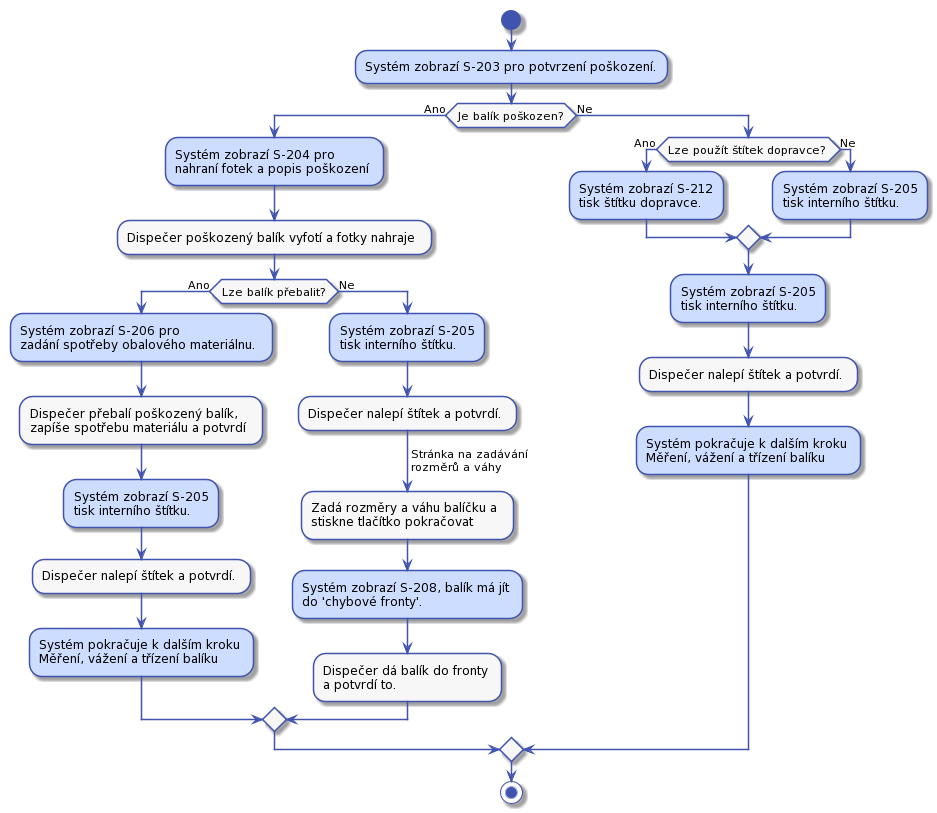
The PlantUML diagram diagrams/out/uc-21-activity-3.png in Internet-Handel/postman, before a commit.
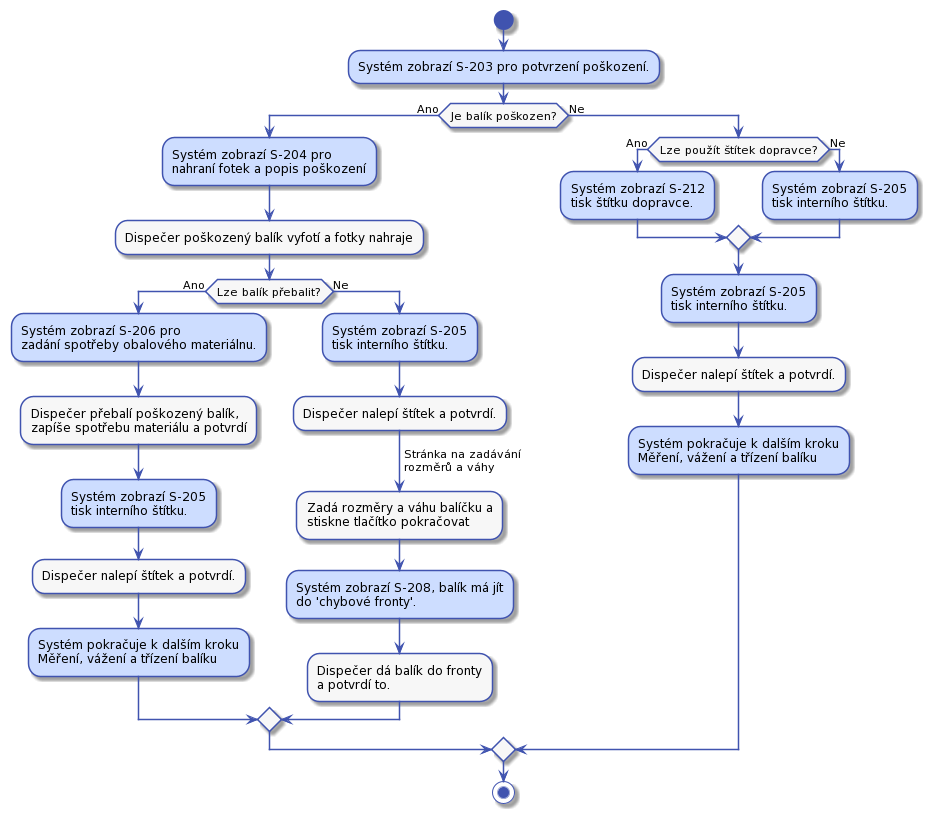
After the commit.

Change to the diagram source:
```diff
@@ -1,102 +1,105 @@
 @startuml
+!$col1 = "#F7F7F7"
 
+!$col2 = "#CDDDFF"
 
+!$col4 = "#4053AF"
 
 skinparam activity {
-    BorderColor #4053AF
-    ArrowColor #4053AF
+    BorderColor $col4
+    ArrowColor $col4
     FontName Roboto
-    BackgroundColor #F7F7F7
-    StartColor #4053AF
-    EndColor #4053AF
+    BackgroundColor $col1
+    StartColor $col4
+    EndColor $col4
 }
 
 skinparam activityDiamond {
-    BorderColor #4053AF
-    ArrowColor #4053AF
+    BorderColor $col4
+    ArrowColor $col4
     FontName Roboto
-    BackgroundColor #F7F7F7
+    BackgroundColor $col1
 }
 
 skinparam actor {
-    BorderColor #4053AF
-    ArrowColor #4053AF
+    BorderColor $col4
+    ArrowColor $col4
     FontName Roboto
-    BackgroundColor #F7F7F7
+    BackgroundColor $col1
 }
 
 skinparam useCase {
-    BorderColor #4053AF
-    ArrowColor #4053AF
+    BorderColor $col4
+    ArrowColor $col4
     FontName Roboto
-    BackgroundColor #F7F7F7
+    BackgroundColor $col1
 }
 
 skinparam state {
-    BorderColor #4053AF
-    ArrowColor #4053AF
+    BorderColor $col4
+    ArrowColor $col4
     FontName Roboto
-    BackgroundColor #F7F7F7
+    BackgroundColor $col1
 }
 
 skinparam sequence {
-    ParticipantBorderColor #4053AF
-    ParticipantBackgroundColor #F7F7F7
+    ParticipantBorderColor $col4
+    ParticipantBackgroundColor $col1
 }
 
 skinparam note {
-    BorderColor #4053AF
-    BackgroundColor #F7F7F7
+    BorderColor $col4
+    BackgroundColor $col1
 }
 
 skinparam object {
-    BorderColor #4053AF
-    BackgroundColor #F7F7F7
+    BorderColor $col4
+    BackgroundColor $col1
 }
 
 skinparam class {
-    BorderColor #4053AF
-    BackgroundColor #F7F7F7
+    BorderColor $col4
+    BackgroundColor $col1
 }
 
 
 start
 
-#CDDDFF:Systém zobrazí S-203 pro potvrzení poškození.;
+$col2:Systém zobrazí S-203 pro potvrzení poškození.;
 
 if (Je balík poškozen?) then (Ano)
-    #CDDDFF:Systém zobrazí S-204 pro
+    $col2:Systém zobrazí S-204 pro
     nahraní fotek a popis poškození;
     :Dispečer poškozený balík vyfotí a fotky nahraje;
     if (Lze balík přebalit?) then (Ano)
-        #CDDDFF:Systém zobrazí S-206 pro
+        $col2:Systém zobrazí S-206 pro
         zadání spotřeby obalového materiálnu.;
         :Dispečer přebalí poškozený balík,
         zapíše spotřebu materiálu a potvrdí;
-        #CDDDFF:Systém zobrazí S-205\ntisk interního štítku.;
+        $col2:Systém zobrazí S-205\ntisk interního štítku.;
         :Dispečer nalepí štítek a potvrdí.;
-        #CDDDFF:Systém pokračuje k dalším kroku
+        $col2:Systém pokračuje k dalším kroku
         Měření, vážení a třízení balíku;
     else (Ne)
-        #CDDDFF:Systém zobrazí S-205\ntisk interního štítku.;
+        $col2:Systém zobrazí S-205\ntisk interního štítku.;
         :Dispečer nalepí štítek a potvrdí.;
         -> Stránka na zadávání\nrozměrů a váhy;
         :Zadá rozměry a váhu balíčku a
         stiskne tlačítko pokračovat;
-        #CDDDFF:Systém zobrazí S-208, balík má jít
+        $col2:Systém zobrazí S-208, balík má jít
         do 'chybové fronty'.;
         :Dispečer dá balík do fronty
         a potvrdí to.;
     endif
 else (Ne)
     if (Lze použít štítek dopravce?) then (Ano)
-        #CDDDFF:Systém zobrazí S-212\ntisk štítku dopravce.;
+        $col2:Systém zobrazí S-212\ntisk štítku dopravce.;
     else (Ne)
-        #CDDDFF:Systém zobrazí S-205\ntisk interního štítku.;
+        $col2:Systém zobrazí S-205\ntisk interního štítku.;
     endif
-    #CDDDFF:Systém zobrazí S-205\ntisk interního štítku.;
+    $col2:Systém zobrazí S-205\ntisk interního štítku.;
     :Dispečer nalepí štítek a potvrdí.;
-    #CDDDFF:Systém pokračuje k dalším kroku
+    $col2:Systém pokračuje k dalším kroku
     Měření, vážení a třízení balíku;
 endif
 
```
